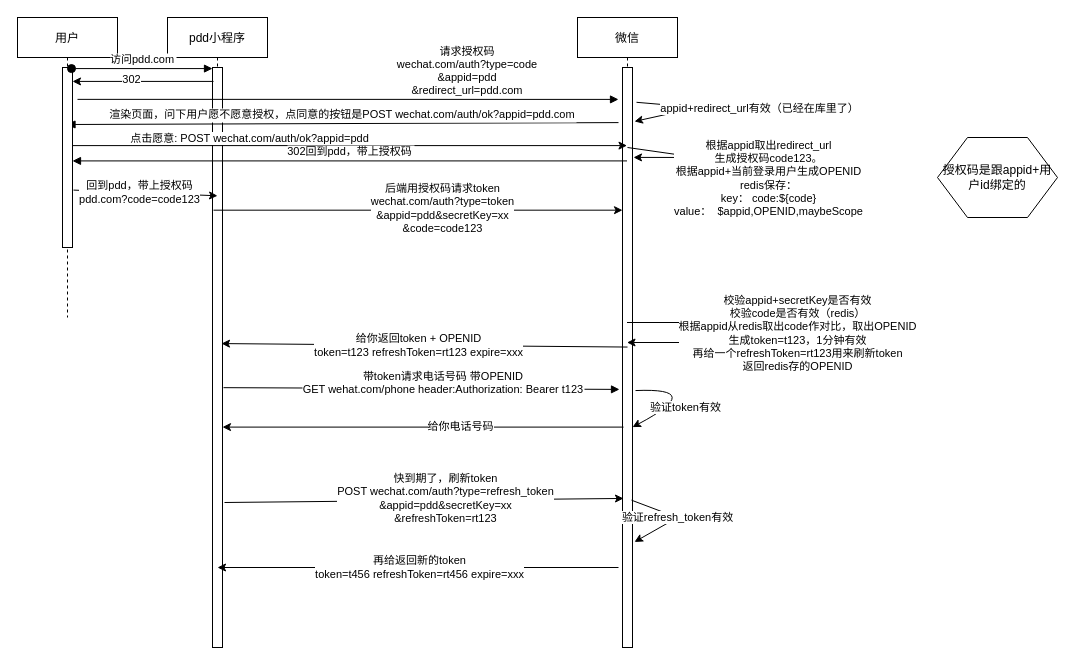
The draw.io diagram 未命名绘图.drawio in SteveWongBUAA/diagrams, before the edit. Source tidied: cells renumbered, new cells numbered last; positions are measured from the earlier drawing's top-left corner, leaving out a move shared by most shapes. Both pictures are drawn from the tidied source at 100%, with x=0, y=0 at pixel (17, 17).
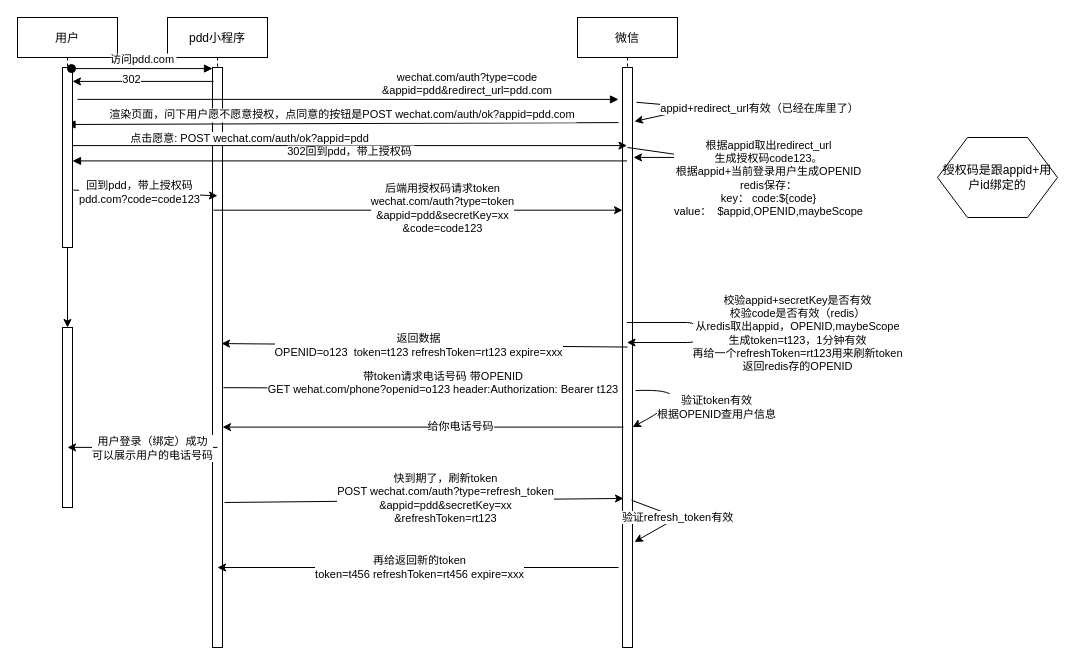
The same page after the edit.

Unchanged cells that the change refers to:
```xml
<mxCell id="3" style="points=[];perimeter=orthogonalPerimeter;rounded=0;shadow=0;strokeWidth=1;" parent="2" vertex="1">
  <mxGeometry x="45" y="50" width="10" height="580" as="geometry" />
</mxCell>
<mxCell id="5" style="points=[];perimeter=orthogonalPerimeter;rounded=0;shadow=0;strokeWidth=1;" parent="4" vertex="1">
  <mxGeometry x="45" y="50" width="10" height="580" as="geometry" />
</mxCell>
<mxCell id="6" style="endArrow=classic;html=1;exitX=1.3;exitY=0.557;exitDx=0;exitDy=0;exitPerimeter=0;entryX=1;entryY=0.62;entryDx=0;entryDy=0;entryPerimeter=0;edgeStyle=orthogonalEdgeStyle;curved=1;" parent="4" edge="1" source="5" target="5">
  <mxGeometry relative="1" as="geometry">
    <Array as="points">
      <mxPoint x="130" y="370" />
    </Array>
  </mxGeometry>
</mxCell>
<mxCell id="15" value="用户" style="shape=umlLifeline;perimeter=lifelinePerimeter;rounded=0;shadow=0;strokeWidth=1;" parent="1" vertex="1">
  <mxGeometry width="100" height="300" as="geometry" />
</mxCell>
<mxCell id="16" style="points=[];perimeter=orthogonalPerimeter;rounded=0;shadow=0;strokeWidth=1;" parent="15" vertex="1">
  <mxGeometry x="45" y="50" width="10" height="180" as="geometry" />
</mxCell>
<mxCell id="20" style="endArrow=classic;html=1;entryX=0.9;entryY=0.476;entryDx=0;entryDy=0;entryPerimeter=0;exitX=0.5;exitY=0.482;exitDx=0;exitDy=0;exitPerimeter=0;" parent="1" edge="1" source="5" target="3">
  <mxGeometry relative="1" as="geometry" />
</mxCell>
<mxCell id="22" style="endArrow=classic;html=1;" parent="1" edge="1" source="4" target="4">
  <mxGeometry relative="1" as="geometry" />
</mxCell>
```

Change to the diagram source:
```diff
@@
-    <mxCell id="7" value="验证token有效" style="edgeLabel;html=1;align=center;verticalAlign=middle;" parent="6" vertex="1">
+    <mxCell id="7" value="验证token有效&lt;br&gt;根据OPENID查用户信息" style="edgeLabel;html=1;align=center;verticalAlign=middle;" parent="6" vertex="1">
       <mxGeometry x="-0.14" y="-6" relative="1" as="geometry">
-        <mxPoint x="-18" y="13.6" as="offset" />
+        <mxPoint x="13.8" y="13.6" as="offset" />
       </mxGeometry>
     </mxCell>
@@
-    <mxCell id="13" value="请求授权码&#10;wechat.com/auth?type=code&#10;&amp;appid=pdd&#10;&amp;redirect_url=pdd.com" style="verticalAlign=bottom;endArrow=block;entryX=-0.4;entryY=0.055;shadow=0;strokeWidth=1;exitX=1.5;exitY=0.177;exitDx=0;exitDy=0;exitPerimeter=0;entryDx=0;entryDy=0;entryPerimeter=0;" parent="1" edge="1" source="16" target="5">
+    <mxCell id="13" value="wechat.com/auth?type=code&#10;&amp;appid=pdd&amp;redirect_url=pdd.com" style="verticalAlign=bottom;endArrow=block;entryX=-0.4;entryY=0.055;shadow=0;strokeWidth=1;exitX=1.5;exitY=0.177;exitDx=0;exitDy=0;exitPerimeter=0;entryDx=0;entryDy=0;entryPerimeter=0;" parent="1" edge="1" source="16" target="5">
       <mxGeometry x="0.44" relative="1" as="geometry" />
     </mxCell>
@@
+    <mxCell id="39" style="edgeStyle=orthogonalEdgeStyle;rounded=0;jettySize=auto;html=1;" parent="15" edge="1" source="16" target="40">
+      <mxGeometry relative="1" as="geometry" />
+    </mxCell>
@@
+    <mxCell id="40" style="points=[];perimeter=orthogonalPerimeter;rounded=0;shadow=0;strokeWidth=1;" parent="15" vertex="1">
+      <mxGeometry x="45" y="310" width="10" height="180" as="geometry" />
+    </mxCell>
@@
-    <mxCell id="21" value="给你返回token + OPENID&lt;br&gt;token=t123 refreshToken=rt123 expire=xxx" style="edgeLabel;html=1;align=center;verticalAlign=middle;" parent="20" vertex="1">
+    <mxCell id="21" value="返回数据&lt;br&gt;OPENID=o123&amp;nbsp; token=t123 refreshToken=rt123 expire=xxx" style="edgeLabel;html=1;align=center;verticalAlign=middle;" parent="20" vertex="1">
       <mxGeometry x="-0.18" y="-1" relative="1" as="geometry">
         <mxPoint x="-44" as="offset" />
       </mxGeometry>
     </mxCell>
@@
-    <mxCell id="23" value="校验appid+secretKey是否有效&lt;br&gt;校验code是否有效（redis）&lt;br&gt;根据appid从redis取出code作对比，取出OPENID&lt;br&gt;生成token=t123，1分钟有效 &lt;br&gt;再给一个refreshToken=rt123用来刷新token&lt;br&gt;返回redis存的OPENID" style="edgeLabel;html=1;align=center;verticalAlign=middle;" parent="22" vertex="1">
+    <mxCell id="23" value="校验appid+secretKey是否有效&lt;br&gt;校验code是否有效（redis）&lt;br&gt;从redis取出appid，OPENID,maybeScope&lt;br&gt;生成token=t123，1分钟有效 &lt;br&gt;再给一个refreshToken=rt123用来刷新token&lt;br&gt;返回redis存的OPENID" style="edgeLabel;html=1;align=center;verticalAlign=middle;" parent="22" vertex="1">
       <mxGeometry x="-0.14" y="-6" relative="1" as="geometry">
         <mxPoint x="100.5" y="4" as="offset" />
       </mxGeometry>
     </mxCell>
-    <mxCell id="24" value="带token请求电话号码 带OPENID&#10;GET wehat.com/phone header:Authorization: Bearer t123" style="verticalAlign=bottom;endArrow=block;entryX=-0.3;entryY=0.555;shadow=0;strokeWidth=1;entryDx=0;entryDy=0;entryPerimeter=0;exitX=1.1;exitY=0.552;exitDx=0;exitDy=0;exitPerimeter=0;" parent="1" edge="1" source="3" target="5">
+    <mxCell id="24" value="带token请求电话号码 带OPENID&#10;GET wehat.com/phone?openid=o123 header:Authorization: Bearer t123" style="verticalAlign=bottom;endArrow=block;entryX=-0.3;entryY=0.555;shadow=0;strokeWidth=1;entryDx=0;entryDy=0;entryPerimeter=0;exitX=1.1;exitY=0.552;exitDx=0;exitDy=0;exitPerimeter=0;" parent="1" edge="1" source="3" target="5">
       <mxGeometry x="0.11" y="-10" relative="1" as="geometry" />
     </mxCell>
@@
+    <mxCell id="41" style="endArrow=classic;html=1;exitX=0.5;exitY=0.655;exitDx=0;exitDy=0;exitPerimeter=0;entryX=0.5;entryY=0.666;entryDx=0;entryDy=0;entryPerimeter=0;" parent="1" edge="1" source="3" target="40">
+      <mxGeometry relative="1" as="geometry" />
+    </mxCell>
+    <mxCell id="42" value="用户登录（绑定）成功&lt;br&gt;可以展示用户的电话号码" style="edgeLabel;html=1;align=center;verticalAlign=middle;" parent="41" vertex="1">
+      <mxGeometry x="-0.13" y="1" relative="1" as="geometry" />
+    </mxCell>
```
